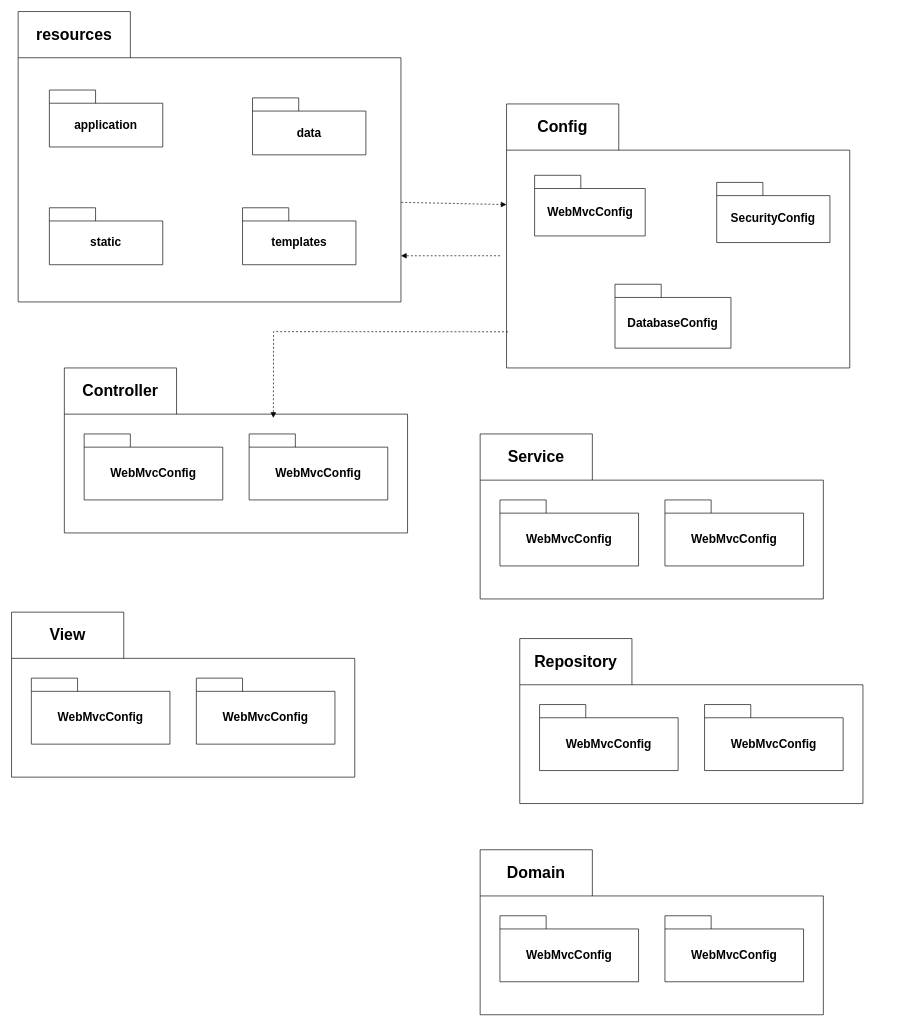
KokoroRay/ChillStore keeps this draw.io diagram as package_rds.drawio. Above is the earlier version. Source tidied: cells renumbered, new cells numbered last; positions are measured from the earlier drawing's top-left corner, leaving out a move shared by most shapes. Both pictures are drawn from the tidied source at 66%, with x=0, y=0 at pixel (11, 11).
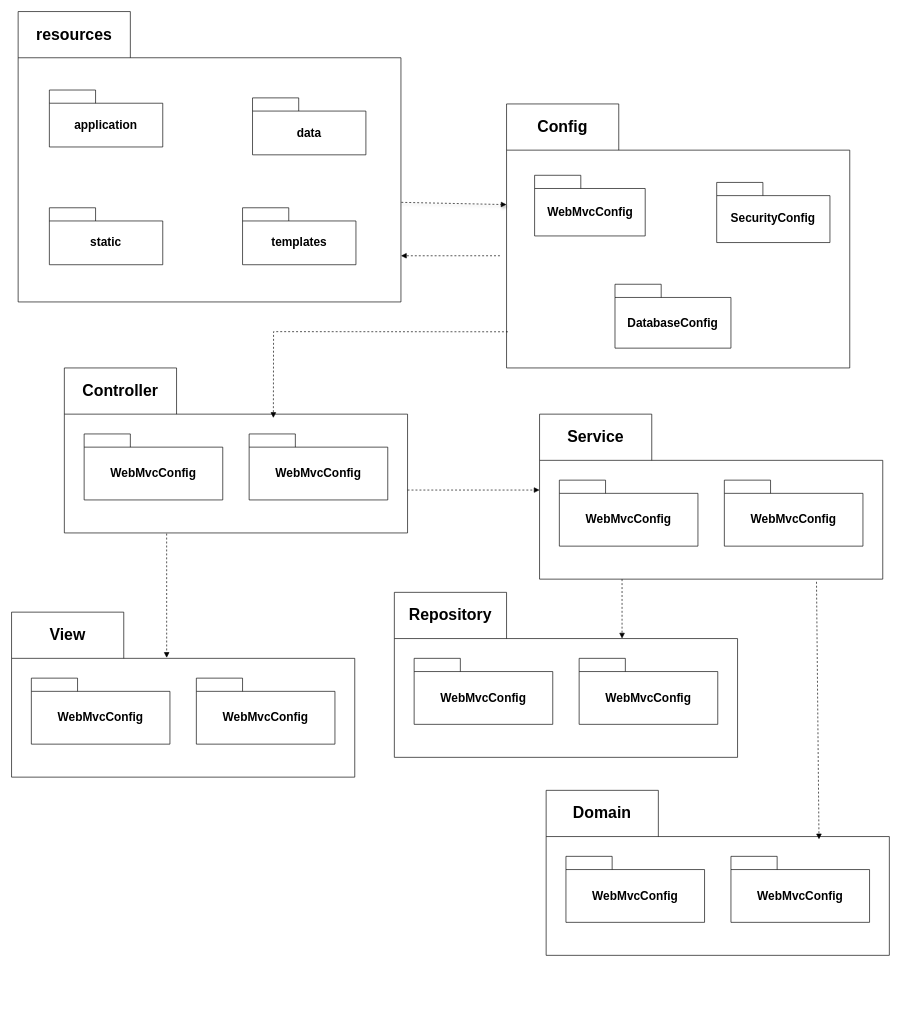
The same page after the edit.

Unchanged cells that the change refers to:
```xml
<mxCell id="2" value="&lt;font style=&quot;font-size: 24px;&quot;&gt;resources&lt;/font&gt;" style="shape=folder;fontStyle=1;tabWidth=170;tabHeight=70;tabPosition=left;html=1;boundedLbl=1;labelInHeader=1;whiteSpace=wrap;" parent="1" vertex="1">
  <mxGeometry x="10" width="580" height="440" as="geometry" />
</mxCell>
<mxCell id="8" value="&lt;span style=&quot;font-size: 24px;&quot;&gt;Config&lt;/span&gt;" style="shape=folder;fontStyle=1;tabWidth=170;tabHeight=70;tabPosition=left;html=1;boundedLbl=1;labelInHeader=1;whiteSpace=wrap;" parent="1" vertex="1">
  <mxGeometry x="750" y="140" width="520" height="400" as="geometry" />
</mxCell>
<mxCell id="13" value="&lt;span style=&quot;font-size: 24px;&quot;&gt;Controller&lt;/span&gt;" style="shape=folder;fontStyle=1;tabWidth=170;tabHeight=70;tabPosition=left;html=1;boundedLbl=1;labelInHeader=1;whiteSpace=wrap;" parent="1" vertex="1">
  <mxGeometry x="80" y="540" width="520" height="250" as="geometry" />
</mxCell>
<mxCell id="21" value="&lt;span style=&quot;font-size: 24px;&quot;&gt;View&lt;/span&gt;" style="shape=folder;fontStyle=1;tabWidth=170;tabHeight=70;tabPosition=left;html=1;boundedLbl=1;labelInHeader=1;whiteSpace=wrap;" parent="1" vertex="1">
  <mxGeometry y="910" width="520" height="250" as="geometry" />
</mxCell>
```

Diff of the diagram source:
```diff
@@
     <mxCell id="17" value="&lt;span style=&quot;font-size: 24px;&quot;&gt;Service&lt;/span&gt;" style="shape=folder;fontStyle=1;tabWidth=170;tabHeight=70;tabPosition=left;html=1;boundedLbl=1;labelInHeader=1;whiteSpace=wrap;" parent="1" vertex="1">
-      <mxGeometry x="710" y="640" width="520" height="250" as="geometry" />
+      <mxGeometry x="800" y="610" width="520" height="250" as="geometry" />
     </mxCell>
@@
     <mxCell id="25" value="&lt;span style=&quot;font-size: 24px;&quot;&gt;Repository&lt;/span&gt;" style="shape=folder;fontStyle=1;tabWidth=170;tabHeight=70;tabPosition=left;html=1;boundedLbl=1;labelInHeader=1;whiteSpace=wrap;" parent="1" vertex="1">
-      <mxGeometry x="770" y="950" width="520" height="250" as="geometry" />
+      <mxGeometry x="580" y="880" width="520" height="250" as="geometry" />
     </mxCell>
@@
     <mxCell id="29" value="&lt;span style=&quot;font-size: 24px;&quot;&gt;Domain&lt;/span&gt;" style="shape=folder;fontStyle=1;tabWidth=170;tabHeight=70;tabPosition=left;html=1;boundedLbl=1;labelInHeader=1;whiteSpace=wrap;" parent="1" vertex="1">
-      <mxGeometry x="710" y="1270" width="520" height="250" as="geometry" />
+      <mxGeometry x="810" y="1180" width="520" height="250" as="geometry" />
     </mxCell>
@@
-    <mxCell id="33" style="html=1;verticalAlign=bottom;labelBackgroundColor=none;endArrow=block;endFill=1;dashed=1;rounded=0;exitX=1.001;exitY=0.657;exitDx=0;exitDy=0;exitPerimeter=0;entryX=0;entryY=0;entryDx=0;entryDy=152.5;entryPerimeter=0;" parent="1" edge="1" source="2" target="8">
+    <mxCell id="33" style="html=1;verticalAlign=bottom;labelBackgroundColor=none;endArrow=block;endFill=1;dashed=1;rounded=0;exitX=1.001;exitY=0.657;exitDx=0;exitDy=0;exitPerimeter=0;entryX=0;entryY=0;entryDx=0;entryDy=152.5;entryPerimeter=0;shadow=1;" parent="1" edge="1" source="2" target="8">
       <mxGeometry relative="1" as="geometry" />
     </mxCell>
@@
+    <mxCell id="36" style="html=1;verticalAlign=bottom;labelBackgroundColor=none;endArrow=block;endFill=1;dashed=1;rounded=0;entryX=0.452;entryY=0.277;entryDx=0;entryDy=0;entryPerimeter=0;" parent="1" edge="1" target="21">
+      <mxGeometry relative="1" as="geometry">
+        <mxPoint x="235" y="791" as="sourcePoint" />
+      </mxGeometry>
+    </mxCell>
+    <mxCell id="37" style="html=1;verticalAlign=bottom;labelBackgroundColor=none;endArrow=block;endFill=1;dashed=1;rounded=0;entryX=0;entryY=0;entryDx=0;entryDy=115;entryPerimeter=0;exitX=1;exitY=0.74;exitDx=0;exitDy=0;exitPerimeter=0;" parent="1" edge="1" source="13" target="17">
+      <mxGeometry relative="1" as="geometry" />
+    </mxCell>
+    <mxCell id="38" style="html=1;verticalAlign=bottom;labelBackgroundColor=none;endArrow=block;endFill=1;dashed=1;rounded=0;entryX=0.795;entryY=0.297;entryDx=0;entryDy=0;entryPerimeter=0;exitX=0.807;exitY=1.016;exitDx=0;exitDy=0;exitPerimeter=0;" parent="1" edge="1" source="17" target="29">
+      <mxGeometry relative="1" as="geometry" />
+    </mxCell>
+    <mxCell id="39" style="html=1;verticalAlign=bottom;labelBackgroundColor=none;endArrow=block;endFill=1;dashed=1;rounded=0;entryX=0;entryY=0;entryDx=345;entryDy=70;entryPerimeter=0;" parent="1" edge="1" target="25">
+      <mxGeometry relative="1" as="geometry">
+        <mxPoint x="925" y="860" as="sourcePoint" />
+      </mxGeometry>
+    </mxCell>
```
